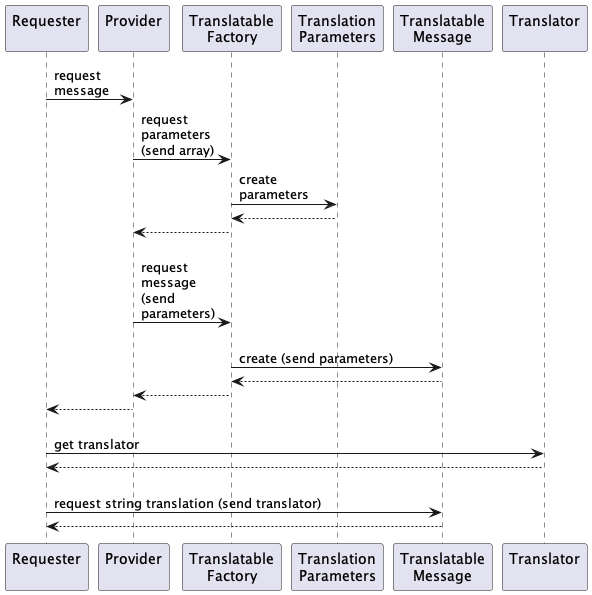
The PlantUML diagram docs/translation/sequence.png in php-tuf/composer-stager, before a commit. Its source is kept beside it as docs/translation/sequence.puml. Source of this version:
```plantuml
@startuml


!include ../resources/settings.puml

"Requester\n" as Requester -> "Provider\n" as Provider : request\nmessage
Provider -> "Translatable\nFactory" as TranslatableFactory : request\nparameters\n(send array)
TranslatableFactory -> "Translation\nParameters" as TranslationParameters : create\nparameters
TranslationParameters --> TranslatableFactory
TranslatableFactory --> Provider
Provider -> TranslatableFactory : \nrequest\nmessage\n(send\nparameters)
TranslatableFactory -> "Translatable\nMessage" as TranslatableMessage : \ncreate (send parameters)
TranslatableMessage --> TranslatableFactory
TranslatableFactory --> Provider
Provider --> Requester
Requester -> "Translator\n" as Translator : \nget translator
Translator --> Requester
Requester -> TranslatableMessage : \nrequest string translation (send translator)
TranslatableMessage --> Requester

@enduml
```
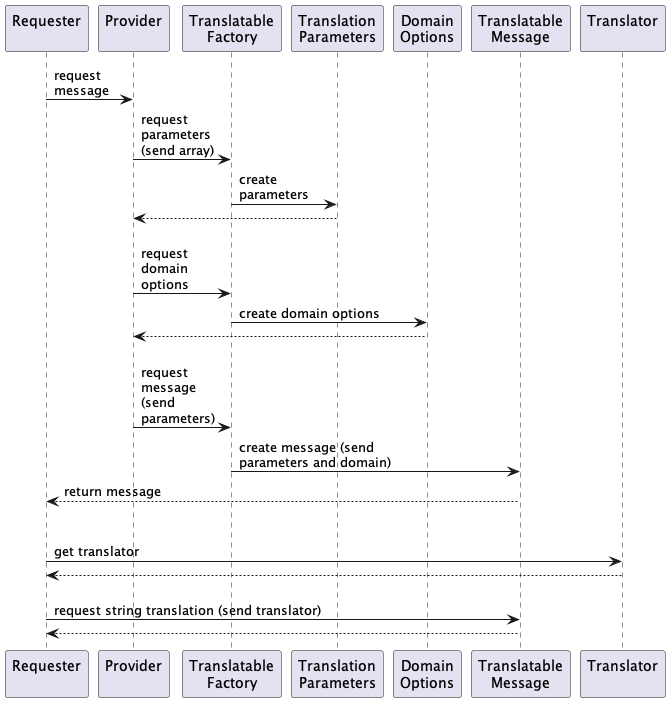
Later version of the same file.

Commit message:
Update translation sequence diagram. [skip ci]

Diff of the diagram source:
```diff
@@ -6,14 +6,14 @@
 "Requester\n" as Requester -> "Provider\n" as Provider : request\nmessage
 Provider -> "Translatable\nFactory" as TranslatableFactory : request\nparameters\n(send array)
 TranslatableFactory -> "Translation\nParameters" as TranslationParameters : create\nparameters
-TranslationParameters --> TranslatableFactory
-TranslatableFactory --> Provider
+TranslationParameters --> Provider
+Provider -> TranslatableFactory : \nrequest\ndomain\noptions
+TranslatableFactory -> "Domain\nOptions" as DomainOptions : create domain options
+DomainOptions --> Provider
 Provider -> TranslatableFactory : \nrequest\nmessage\n(send\nparameters)
-TranslatableFactory -> "Translatable\nMessage" as TranslatableMessage : \ncreate (send parameters)
-TranslatableMessage --> TranslatableFactory
-TranslatableFactory --> Provider
-Provider --> Requester
-Requester -> "Translator\n" as Translator : \nget translator
+TranslatableFactory -> "Translatable\nMessage" as TranslatableMessage : create message (send\nparameters and domain)
+TranslatableMessage --> Requester : return message
+Requester -> "Translator\n" as Translator : \n\nget translator
 Translator --> Requester
 Requester -> TranslatableMessage : \nrequest string translation (send translator)
 TranslatableMessage --> Requester
```
